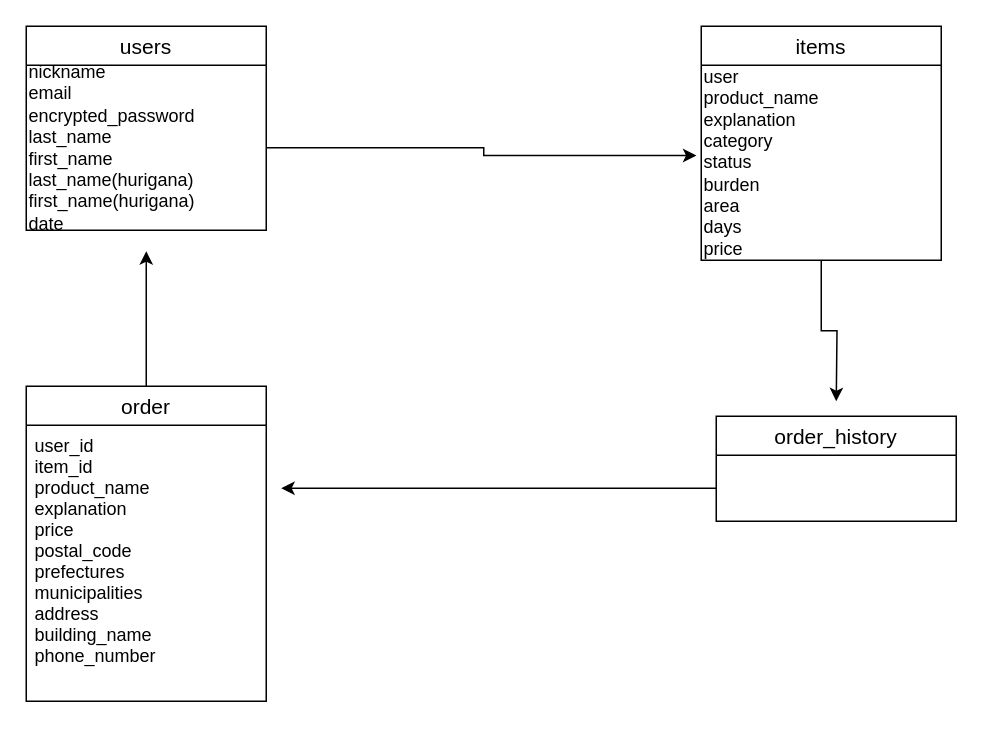
yuki-nakagawa77/furima-32017 keeps this draw.io diagram as ER.dio. Above is the earlier version. Source tidied: cells renumbered, new cells numbered last; positions are measured from the earlier drawing's top-left corner, leaving out a move shared by most shapes. Both pictures are drawn from the tidied source at 150%, with x=0, y=0 at pixel (26, 26).
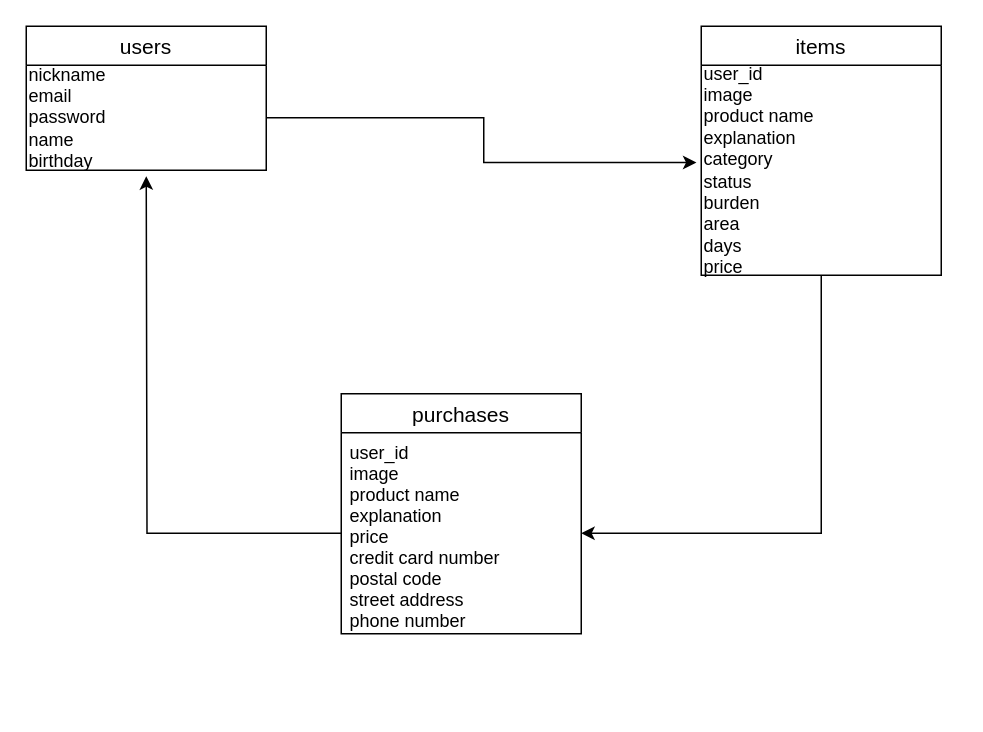
Above is the later version.

The edit, as a diff of the source:
```diff
@@
 <mxGraphModel>
   <root>
     <mxCell id="0" />
     <mxCell id="1" parent="0" />
     <mxCell id="2" value="items" style="swimlane;fontStyle=0;horizontal=1;startSize=26;align=center;fontSize=14;rotation=0;" parent="1" vertex="1">
-      <mxGeometry x="450" width="160" height="156" as="geometry" />
+      <mxGeometry x="450" width="160" height="166" as="geometry" />
     </mxCell>
-    <mxCell id="3" value="user&lt;br&gt;product_name&lt;br&gt;explanation&lt;br&gt;category&lt;br&gt;status&lt;br&gt;burden&lt;br&gt;area&lt;br&gt;days&lt;br&gt;price" style="text;html=1;align=left;verticalAlign=middle;points=[];" parent="2" vertex="1">
-      <mxGeometry y="26" width="160" height="130" as="geometry" />
+    <mxCell id="3" value="user_id&lt;br&gt;image&lt;br&gt;product name&lt;br&gt;explanation&lt;br&gt;category&lt;br&gt;status&lt;br&gt;burden&lt;br&gt;area&lt;br&gt;days&lt;br&gt;price" style="text;html=1;align=left;verticalAlign=middle;points=[];" parent="2" vertex="1">
+      <mxGeometry y="26" width="160" height="140" as="geometry" />
     </mxCell>
     <mxCell id="4" value="users" style="swimlane;fontStyle=0;horizontal=1;startSize=26;align=center;fontSize=14;" parent="1" vertex="1">
-      <mxGeometry width="160" height="136" as="geometry" />
+      <mxGeometry width="160" height="96" as="geometry" />
     </mxCell>
-    <mxCell id="5" value="nickname&lt;br&gt;email&lt;br&gt;encrypted_password&lt;br&gt;last_name&lt;br&gt;first_name&lt;br&gt;last_name(hurigana)&lt;br&gt;first_name(hurigana)&lt;br&gt;date" style="text;html=1;align=left;verticalAlign=middle;points=[];" parent="4" vertex="1">
-      <mxGeometry y="26" width="160" height="110" as="geometry" />
+    <mxCell id="5" value="nickname&lt;br&gt;email&lt;br&gt;password&lt;br&gt;name&lt;br&gt;birthday" style="text;html=1;align=left;verticalAlign=middle;points=[];" parent="4" vertex="1">
+      <mxGeometry y="26" width="160" height="70" as="geometry" />
     </mxCell>
-    <mxCell id="6" style="edgeStyle=orthogonalEdgeStyle;rounded=0;jettySize=auto;html=1;entryX=-0.02;entryY=0.463;entryDx=0;entryDy=0;entryPerimeter=0;" parent="1" edge="1" source="5" target="3">
-      <mxGeometry relative="1" as="geometry" />
-    </mxCell>
-    <mxCell id="7" style="edgeStyle=orthogonalEdgeStyle;rounded=0;jettySize=auto;html=1;" parent="1" edge="1" source="8">
-      <mxGeometry relative="1" as="geometry">
-        <mxPoint x="80" y="150" as="targetPoint" />
-      </mxGeometry>
-    </mxCell>
-    <mxCell id="8" value="order" style="swimlane;fontStyle=0;horizontal=1;startSize=26;align=center;fontSize=14;" parent="1" vertex="1">
-      <mxGeometry y="240" width="160" height="210" as="geometry" />
+    <mxCell id="8" value="purchases" style="swimlane;fontStyle=0;horizontal=1;startSize=26;align=center;fontSize=14;" parent="1" vertex="1">
+      <mxGeometry x="210" y="245" width="160" height="160" as="geometry" />
     </mxCell>
-    <mxCell id="9" value="user_id&#10;item_id&#10;product_name&#10;explanation&#10;price&#10;postal_code&#10;prefectures&#10;municipalities&#10;address&#10;building_name&#10;phone_number" style="text;strokeColor=none;fillColor=none;spacingLeft=4;spacingRight=4;overflow=hidden;points=[[0,0.5],[1,0.5]];portConstraint=eastwest;fontSize=12;" parent="8" vertex="1">
-      <mxGeometry y="26" width="160" height="184" as="geometry" />
+    <mxCell id="9" value="user_id&#10;image&#10;product name&#10;explanation&#10;price&#10;credit card number&#10;postal code&#10;street address&#10;phone number" style="text;strokeColor=none;fillColor=none;spacingLeft=4;spacingRight=4;overflow=hidden;points=[[0,0.5],[1,0.5]];portConstraint=eastwest;fontSize=12;" parent="8" vertex="1">
+      <mxGeometry y="26" width="160" height="134" as="geometry" />
     </mxCell>
-    <mxCell id="10" value="order_history" style="swimlane;fontStyle=0;horizontal=1;startSize=26;align=center;fontSize=14;" parent="1" vertex="1">
-      <mxGeometry x="460" y="260" width="160" height="70" as="geometry" />
-    </mxCell>
-    <mxCell id="11" style="edgeStyle=orthogonalEdgeStyle;rounded=0;jettySize=auto;html=1;" parent="1" edge="1" source="3">
-      <mxGeometry relative="1" as="geometry">
-        <mxPoint x="540" y="250" as="targetPoint" />
-      </mxGeometry>
-    </mxCell>
-    <mxCell id="12" style="edgeStyle=orthogonalEdgeStyle;rounded=0;orthogonalLoop=1;jettySize=auto;html=1;" parent="1" edge="1">
-      <mxGeometry relative="1" as="geometry">
-        <mxPoint x="460" y="308" as="sourcePoint" />
-        <mxPoint x="170" y="308" as="targetPoint" />
-      </mxGeometry>
-    </mxCell>
+    <mxCell id="13" style="edgeStyle=orthogonalEdgeStyle;rounded=0;jettySize=auto;html=1;" parent="1" edge="1" source="9">
+      <mxGeometry relative="1" as="geometry">
+        <mxPoint x="80" y="100" as="targetPoint" />
+      </mxGeometry>
+    </mxCell>
+    <mxCell id="6" style="edgeStyle=orthogonalEdgeStyle;rounded=0;jettySize=auto;html=1;entryX=-0.02;entryY=0.463;entryDx=0;entryDy=0;entryPerimeter=0;" parent="1" edge="1" source="5" target="3">
+      <mxGeometry relative="1" as="geometry" />
+    </mxCell>
+    <mxCell id="14" style="edgeStyle=orthogonalEdgeStyle;rounded=0;jettySize=auto;html=1;entryX=1;entryY=0.5;entryDx=0;entryDy=0;" parent="1" edge="1" source="3" target="9">
+      <mxGeometry relative="1" as="geometry" />
+    </mxCell>
   </root>
 </mxGraphModel>
```
